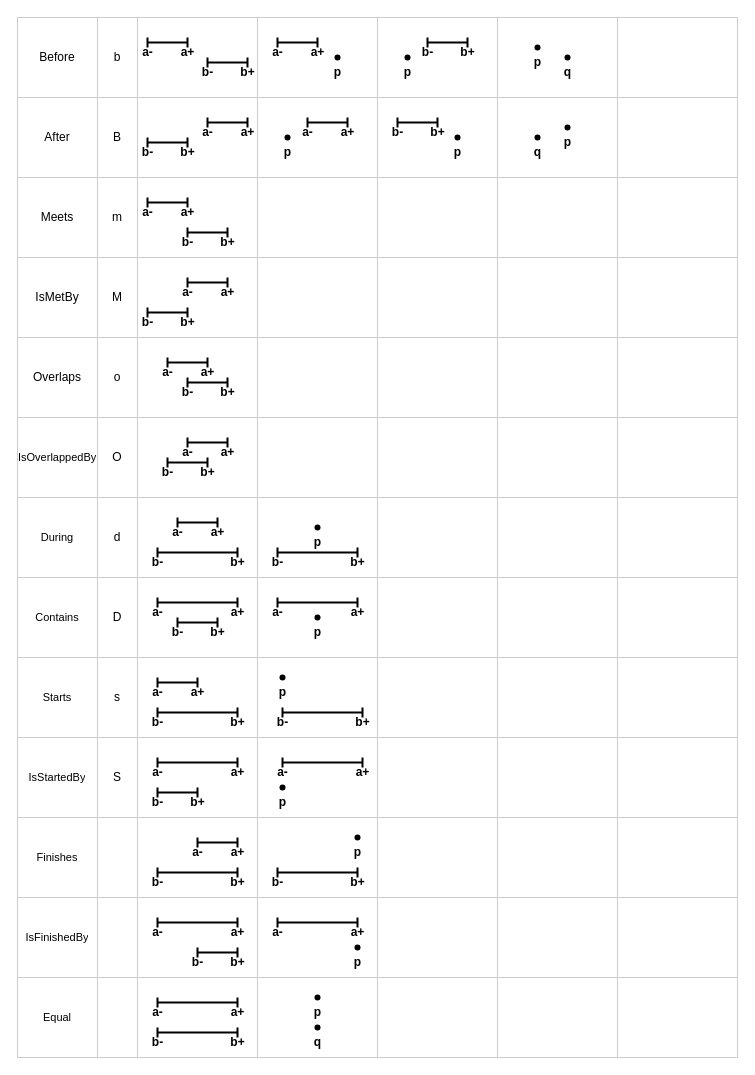
Before: page "Relations" (1 of 2) of res/relations.drawio in gchudnov/mindthegap, a draw.io diagram. Source tidied: cells renumbered, new cells numbered last; positions are measured from the earlier drawing's top-left corner, leaving out a move shared by most shapes. Both pictures are drawn from the tidied source at 100%, with x=0, y=0 at pixel (17, 17).
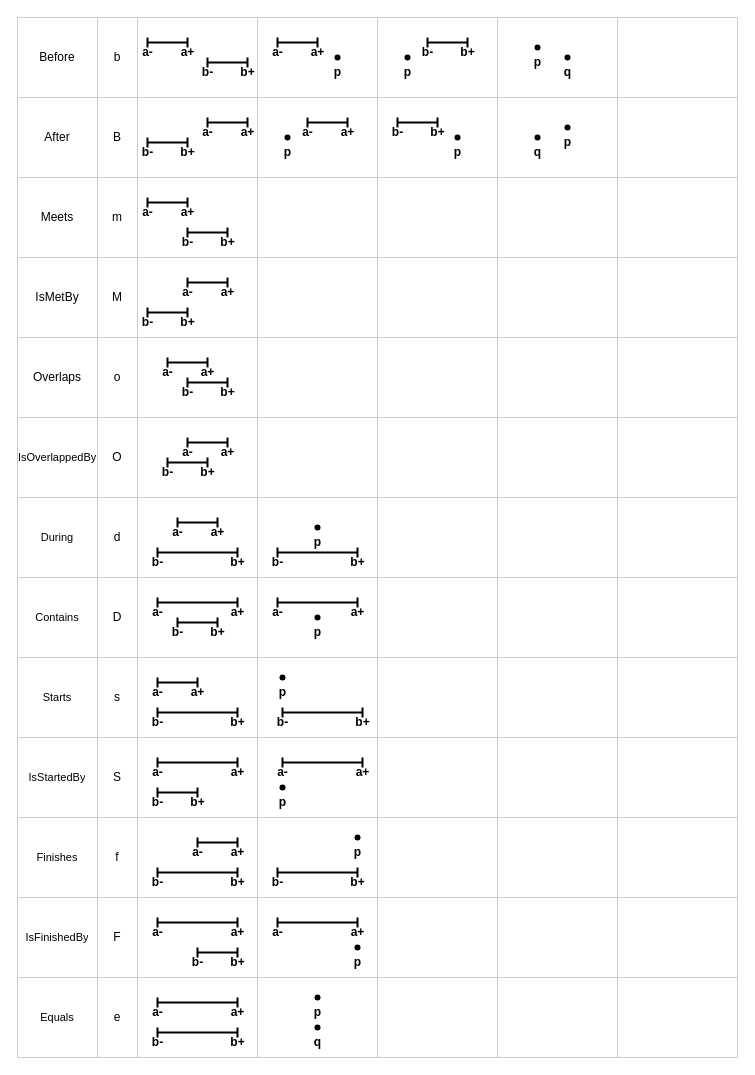
The same diagram, later.

Unchanged cells that the change refers to:
```xml
<mxCell id="83" style="shape=partialRectangle;html=1;whiteSpace=wrap;fillColor=none;top=0;left=0;bottom=0;right=0;" parent="2" vertex="1">
  <mxGeometry y="800" width="720" height="80" as="geometry" />
</mxCell>
<mxCell id="91" style="shape=partialRectangle;html=1;whiteSpace=wrap;fillColor=none;top=0;left=0;bottom=0;right=0;" parent="2" vertex="1">
  <mxGeometry y="880" width="720" height="80" as="geometry" />
</mxCell>
<mxCell id="99" style="shape=partialRectangle;html=1;whiteSpace=wrap;fillColor=none;top=0;left=0;bottom=0;right=0;" parent="2" vertex="1">
  <mxGeometry y="960" width="720" height="80" as="geometry" />
</mxCell>
```

The edit, as a diff of the source:
```diff
@@
-    <mxCell id="85" style="shape=partialRectangle;html=1;whiteSpace=wrap;fillColor=none;top=0;left=0;bottom=0;right=0;overflow=hidden;" parent="83" vertex="1">
+    <mxCell id="85" value="f" style="shape=partialRectangle;html=1;whiteSpace=wrap;fillColor=none;top=0;left=0;bottom=0;right=0;overflow=hidden;" parent="83" vertex="1">
       <mxGeometry x="80" width="40" height="80" as="geometry" />
     </mxCell>
@@
-    <mxCell id="93" style="shape=partialRectangle;html=1;whiteSpace=wrap;fillColor=none;top=0;left=0;bottom=0;right=0;overflow=hidden;" parent="91" vertex="1">
+    <mxCell id="93" value="F" style="shape=partialRectangle;html=1;whiteSpace=wrap;fillColor=none;top=0;left=0;bottom=0;right=0;overflow=hidden;" parent="91" vertex="1">
       <mxGeometry x="80" width="40" height="80" as="geometry" />
     </mxCell>
@@
-    <mxCell id="100" value="Equal" style="shape=partialRectangle;html=1;whiteSpace=wrap;fillColor=none;top=0;left=0;bottom=0;right=0;overflow=hidden;fontSize=11;" parent="99" vertex="1">
+    <mxCell id="100" value="Equals" style="shape=partialRectangle;html=1;whiteSpace=wrap;fillColor=none;top=0;left=0;bottom=0;right=0;overflow=hidden;fontSize=11;" parent="99" vertex="1">
       <mxGeometry width="80" height="80" as="geometry" />
     </mxCell>
-    <mxCell id="101" style="shape=partialRectangle;html=1;whiteSpace=wrap;fillColor=none;top=0;left=0;bottom=0;right=0;overflow=hidden;" parent="99" vertex="1">
+    <mxCell id="101" value="e" style="shape=partialRectangle;html=1;whiteSpace=wrap;fillColor=none;top=0;left=0;bottom=0;right=0;overflow=hidden;" parent="99" vertex="1">
       <mxGeometry x="80" width="40" height="80" as="geometry" />
     </mxCell>
```
